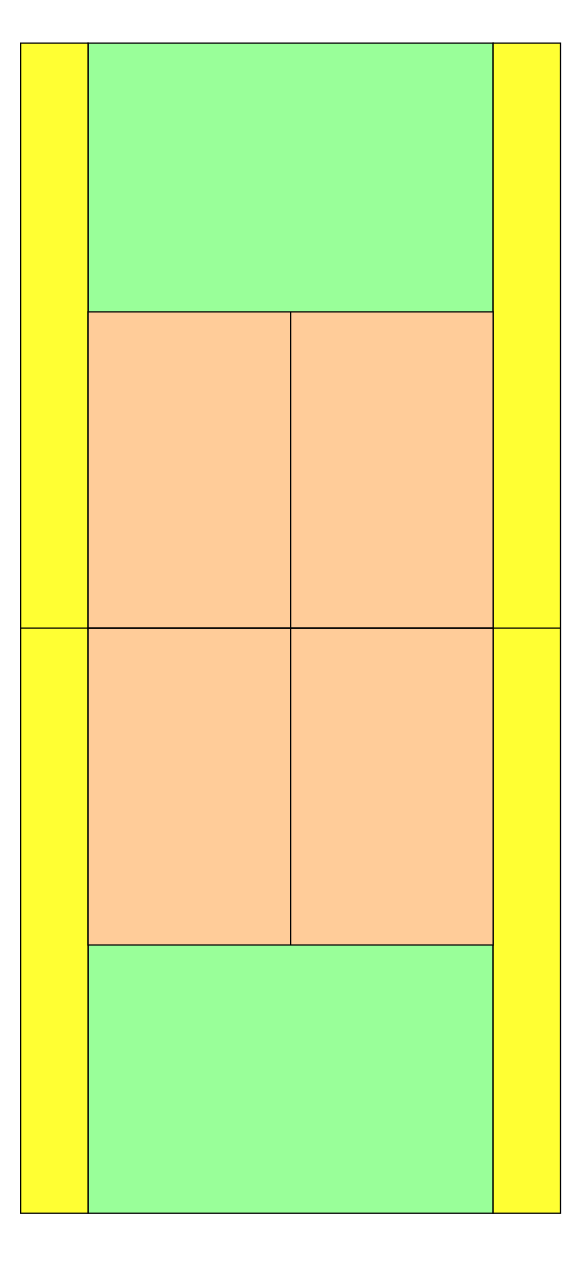
Earlier version of the draw.io diagram page "标准尺寸图" (1 of 2) of 个人学习.drawio (luwenzheng/tennis). Source tidied: cells renumbered, new cells numbered last; positions are measured from the earlier drawing's top-left corner, leaving out a move shared by most shapes. Both pictures are drawn from the tidied source at 125%, with x=0, y=0 at pixel (20, 42).
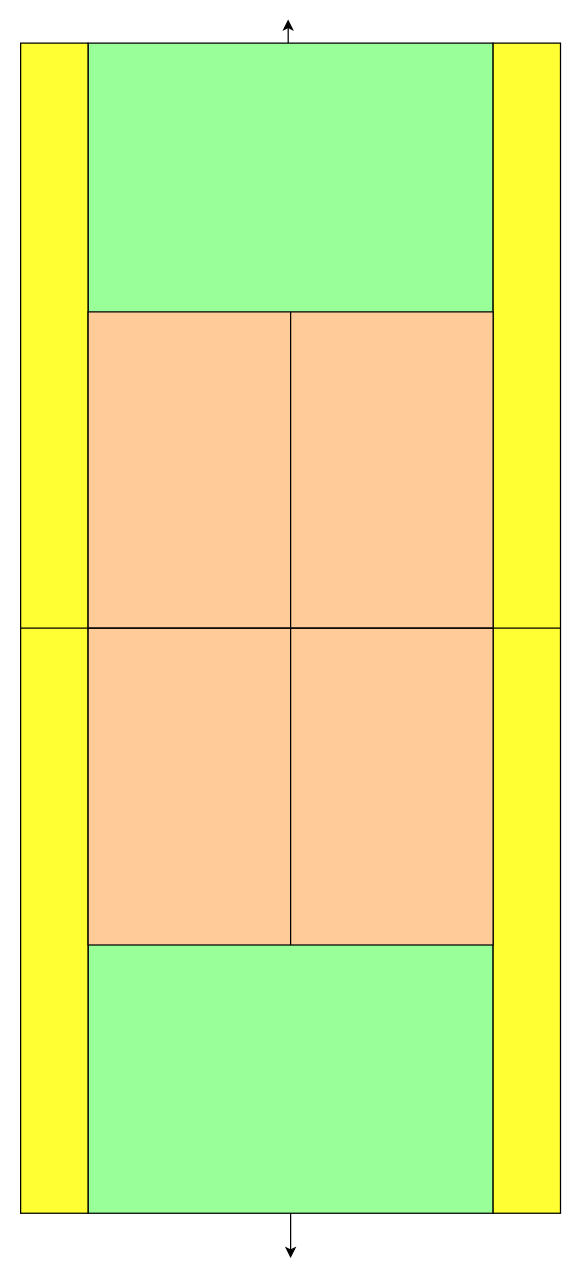
The same diagram, later.

Commit message (it also covers changes not shown here):
更新个人学习.drawio

Change to the diagram source:
```diff
@@
 <mxGraphModel>
   <root>
     <mxCell id="0" />
     <mxCell id="1" parent="0" />
+    <mxCell id="10" style="edgeStyle=none;rounded=0;jettySize=auto;html=1;" parent="1" edge="1" source="2">
+      <mxGeometry relative="1" as="geometry">
+        <mxPoint x="214" y="-19" as="targetPoint" />
+      </mxGeometry>
+    </mxCell>
+    <mxCell id="11" style="edgeStyle=none;rounded=0;orthogonalLoop=1;jettySize=auto;html=1;" parent="1" edge="1">
+      <mxGeometry relative="1" as="geometry">
+        <mxPoint x="216" y="935.1" as="sourcePoint" />
+        <mxPoint x="216" y="972" as="targetPoint" />
+      </mxGeometry>
+    </mxCell>
     <mxCell id="2" style="rounded=0;whiteSpace=wrap;html=1;fillColor=#99FF99;" parent="1" vertex="1">
       <mxGeometry x="54" width="324" height="936.1" as="geometry" />
     </mxCell>
     <mxCell id="3" style="rounded=0;whiteSpace=wrap;html=1;fillColor=#FFFF33;" parent="1" vertex="1">
       <mxGeometry x="378" width="53.9" height="936.1" as="geometry" />
     </mxCell>
     <mxCell id="4" style="edgeStyle=none;rounded=0;jettySize=auto;html=1;exitX=0;exitY=0.5;exitDx=0;exitDy=0;entryX=0;entryY=0;entryDx=0;entryDy=0;" parent="1" edge="1" source="5" target="7">
       <mxGeometry relative="1" as="geometry" />
     </mxCell>
     <mxCell id="5" style="rounded=0;whiteSpace=wrap;html=1;fillColor=#FFFF33;" parent="1" vertex="1">
       <mxGeometry width="53.9" height="936.1" as="geometry" />
     </mxCell>
     <mxCell id="6" style="rounded=0;whiteSpace=wrap;html=1;fillColor=#FFCC99;" parent="1" vertex="1">
       <mxGeometry x="54" y="215" width="324" height="253.5" as="geometry" />
     </mxCell>
     <mxCell id="7" style="rounded=0;whiteSpace=wrap;html=1;fillColor=#FFCC99;" parent="1" vertex="1">
       <mxGeometry x="54" y="468" width="324" height="253.5" as="geometry" />
     </mxCell>
     <mxCell id="8" style="endArrow=none;html=1;rounded=0;exitX=0;exitY=0.5;exitDx=0;exitDy=0;entryX=1;entryY=0.5;entryDx=0;entryDy=0;" parent="1" edge="1" source="5" target="3">
       <mxGeometry relative="1" as="geometry" />
     </mxCell>
     <mxCell id="9" style="endArrow=none;html=1;rounded=0;entryX=0.5;entryY=0;entryDx=0;entryDy=0;exitX=0.5;exitY=1;exitDx=0;exitDy=0;" parent="1" edge="1" source="7" target="6">
       <mxGeometry relative="1" as="geometry" />
     </mxCell>
   </root>
 </mxGraphModel>
```
